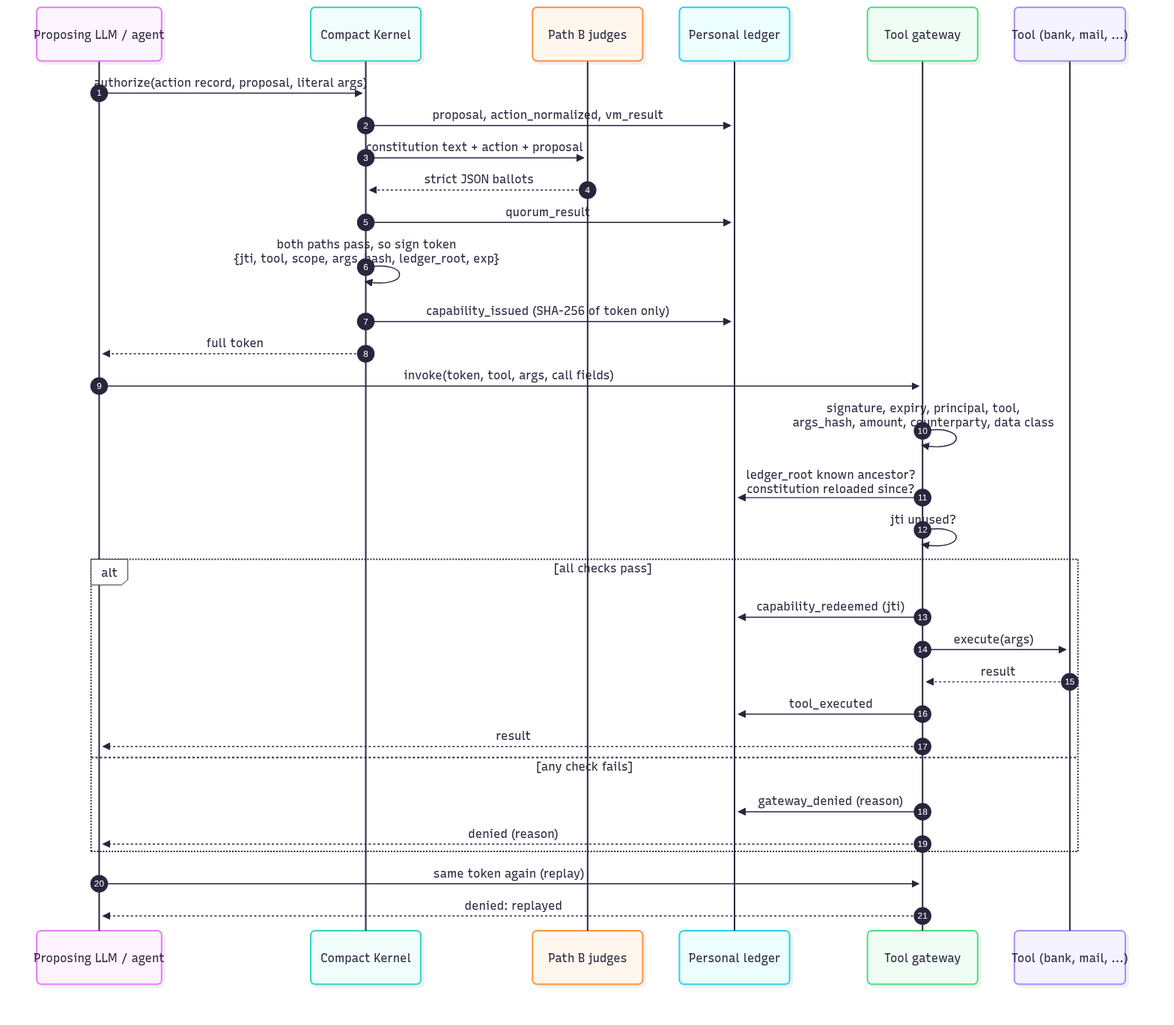
Above: docs/figures/token_gateway_sequence.png in Insomniac-VibeLabs/two-key (Mermaid), before the change. Its source is kept beside it as docs/figures/token_gateway_sequence.mmd.
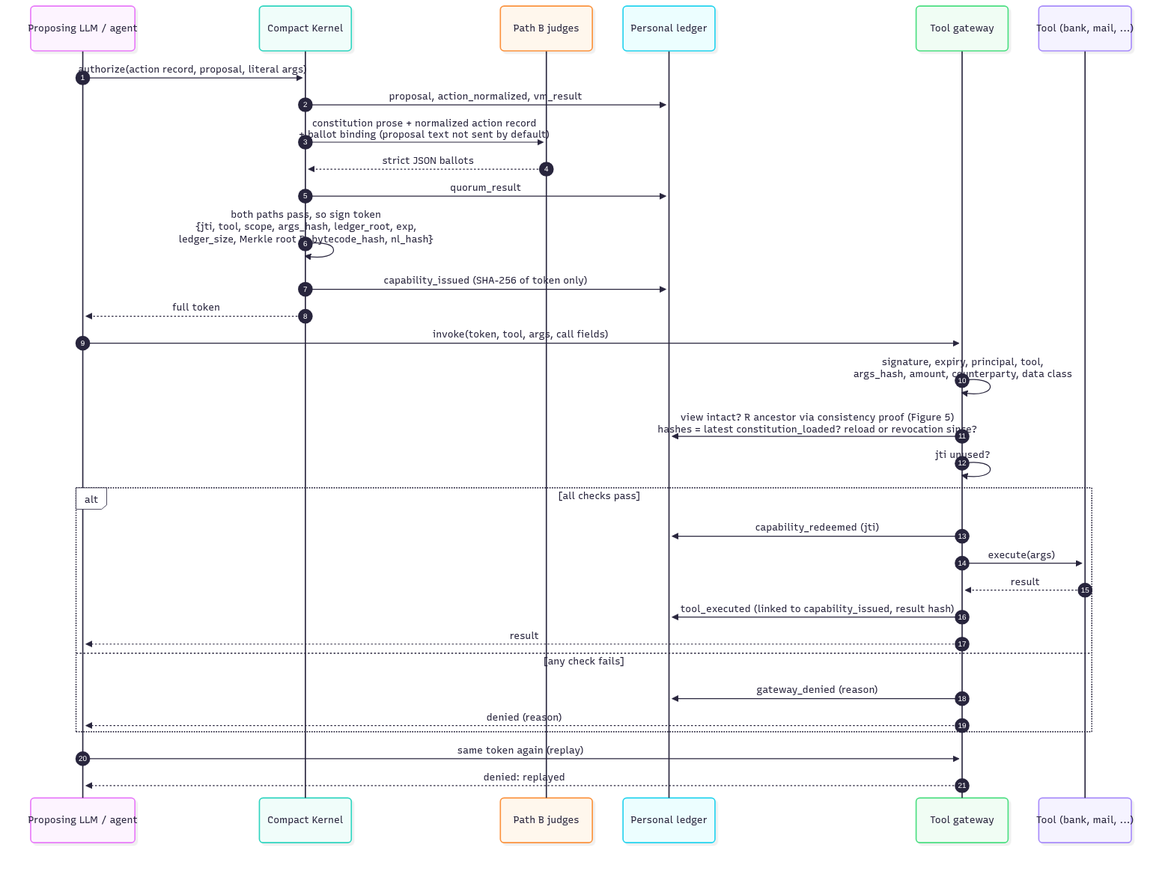
Above is the later version.

What changed in the source:
```diff
@@ -8,21 +8,21 @@
   participant T as Tool (bank, mail, ...)
   M->>K: authorize(action record, proposal, literal args)
   K->>L: proposal, action_normalized, vm_result
-  K->>J: constitution text + action + proposal
+  K->>J: constitution prose + normalized action record<br/>+ ballot binding (proposal text not sent by default)
   J-->>K: strict JSON ballots
   K->>L: quorum_result
-  K->>K: both paths pass, so sign token<br/>{jti, tool, scope, args_hash, ledger_root, exp}
+  K->>K: both paths pass, so sign token<br/>{jti, tool, scope, args_hash, ledger_root, exp,<br/>ledger_size, Merkle root R, bytecode_hash, nl_hash}
   K->>L: capability_issued (SHA-256 of token only)
   K-->>M: full token
   M->>G: invoke(token, tool, args, call fields)
   G->>G: signature, expiry, principal, tool,<br/>args_hash, amount, counterparty, data class
-  G->>L: ledger_root known ancestor?<br/>constitution reloaded since?
+  G->>L: view intact? R ancestor via consistency proof (Figure 5)<br/>hashes = latest constitution_loaded? reload or revocation since?
   G->>G: jti unused?
   alt all checks pass
     G->>L: capability_redeemed (jti)
     G->>T: execute(args)
     T-->>G: result
-    G->>L: tool_executed
+    G->>L: tool_executed (linked to capability_issued, result hash)
     G-->>M: result
   else any check fails
     G->>L: gateway_denied (reason)
```
